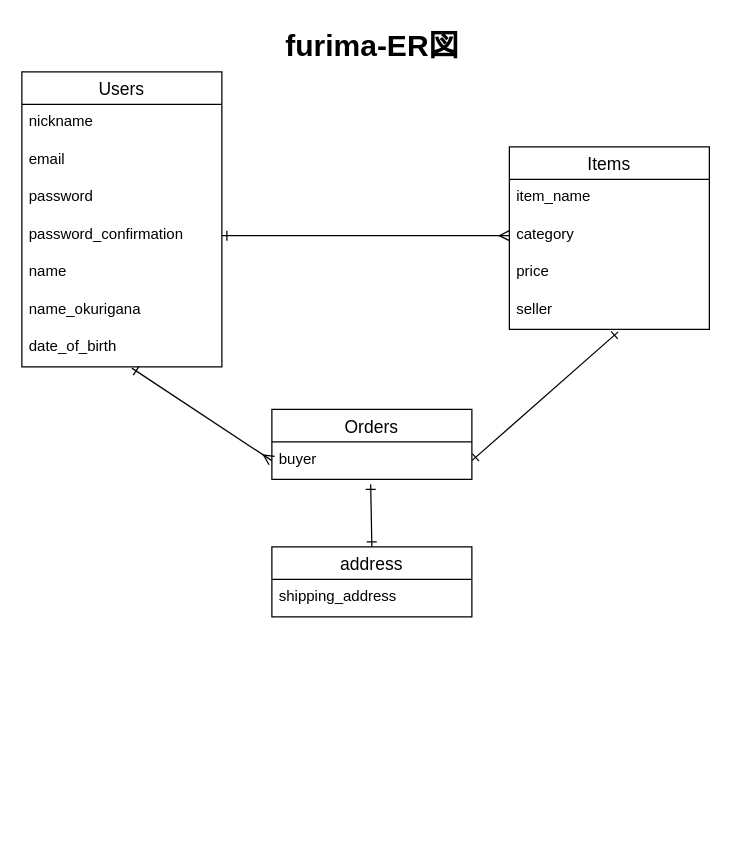
The draw.io diagram furima.dio in okahiro0701/furima-40232, before the edit. Source tidied: cells renumbered, new cells numbered last; positions are measured from the earlier drawing's top-left corner, leaving out a move shared by most shapes. Both pictures are drawn from the tidied source at 125%, with x=0, y=0 at pixel (21, 21).
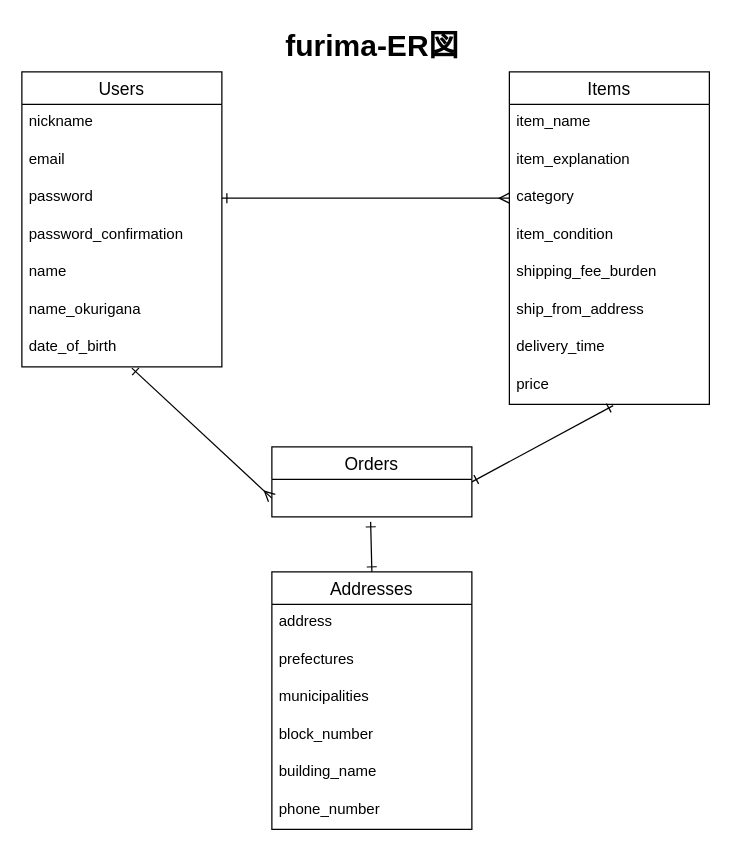
The same diagram, later.

The change refers to these unchanged cells:
```xml
<mxCell id="6" value="password&#10;" style="text;strokeColor=none;fillColor=none;spacingLeft=4;spacingRight=4;overflow=hidden;points=[[0,0.5],[1,0.5]];portConstraint=eastwest;fontSize=12;" parent="3" vertex="1">
  <mxGeometry y="86" width="160" height="30" as="geometry" />
</mxCell>
<mxCell id="7" value="password_confirmation" style="text;strokeColor=none;fillColor=none;spacingLeft=4;spacingRight=4;overflow=hidden;points=[[0,0.5],[1,0.5]];portConstraint=eastwest;fontSize=12;" parent="3" vertex="1">
  <mxGeometry y="116" width="160" height="30" as="geometry" />
</mxCell>
<mxCell id="10" value="date_of_birth" style="text;strokeColor=none;fillColor=none;spacingLeft=4;spacingRight=4;overflow=hidden;points=[[0,0.5],[1,0.5]];portConstraint=eastwest;fontSize=12;" parent="3" vertex="1">
  <mxGeometry y="206" width="160" height="30" as="geometry" />
</mxCell>
```

What changed in the source:
```diff
@@
     <mxCell id="11" value="Items" style="swimlane;fontStyle=0;horizontal=1;startSize=26;align=center;fontSize=14;" parent="1" vertex="1">
-      <mxGeometry x="390" y="100" width="160" height="146" as="geometry" />
+      <mxGeometry x="390" y="40" width="160" height="266" as="geometry" />
     </mxCell>
@@
+    <mxCell id="24" value="item_explanation" style="text;strokeColor=none;fillColor=none;spacingLeft=4;spacingRight=4;overflow=hidden;fontSize=12;" parent="11" vertex="1">
+      <mxGeometry y="56" width="160" height="30" as="geometry" />
+    </mxCell>
     <mxCell id="13" value="category" style="text;strokeColor=none;fillColor=none;spacingLeft=4;spacingRight=4;overflow=hidden;points=[[0,0.5],[1,0.5]];portConstraint=eastwest;fontSize=12;" parent="11" vertex="1">
-      <mxGeometry y="56" width="160" height="30" as="geometry" />
+      <mxGeometry y="86" width="160" height="30" as="geometry" />
     </mxCell>
+    <mxCell id="25" value="item_condition" style="text;strokeColor=none;fillColor=none;spacingLeft=4;spacingRight=4;overflow=hidden;fontSize=12;" parent="11" vertex="1">
+      <mxGeometry y="116" width="160" height="30" as="geometry" />
+    </mxCell>
+    <mxCell id="26" value="shipping_fee_burden" style="text;strokeColor=none;fillColor=none;spacingLeft=4;spacingRight=4;overflow=hidden;fontSize=12;" parent="11" vertex="1">
+      <mxGeometry y="146" width="160" height="30" as="geometry" />
+    </mxCell>
+    <mxCell id="27" value="ship_from_address" style="text;strokeColor=none;fillColor=none;spacingLeft=4;spacingRight=4;overflow=hidden;fontSize=12;" parent="11" vertex="1">
+      <mxGeometry y="176" width="160" height="30" as="geometry" />
+    </mxCell>
+    <mxCell id="28" value="delivery_time" style="text;strokeColor=none;fillColor=none;spacingLeft=4;spacingRight=4;overflow=hidden;fontSize=12;" parent="11" vertex="1">
+      <mxGeometry y="206" width="160" height="30" as="geometry" />
+    </mxCell>
     <mxCell id="14" value="price" style="text;strokeColor=none;fillColor=none;spacingLeft=4;spacingRight=4;overflow=hidden;points=[[0,0.5],[1,0.5]];portConstraint=eastwest;fontSize=12;" parent="11" vertex="1">
-      <mxGeometry y="86" width="160" height="30" as="geometry" />
+      <mxGeometry y="236" width="160" height="30" as="geometry" />
     </mxCell>
-    <mxCell id="15" value="seller" style="text;strokeColor=none;fillColor=none;spacingLeft=4;spacingRight=4;overflow=hidden;points=[[0,0.5],[1,0.5]];portConstraint=eastwest;fontSize=12;" parent="11" vertex="1">
-      <mxGeometry y="116" width="160" height="30" as="geometry" />
-    </mxCell>
-    <mxCell id="16" style="edgeStyle=none;html=1;exitX=1;exitY=0.5;exitDx=0;exitDy=0;entryX=0;entryY=0.5;entryDx=0;entryDy=0;startArrow=ERone;startFill=0;endArrow=ERmany;endFill=0;" parent="1" edge="1" source="7" target="13">
-      <mxGeometry relative="1" as="geometry" />
-    </mxCell>
+    <mxCell id="29" style="edgeStyle=none;html=1;exitX=1;exitY=0.5;exitDx=0;exitDy=0;entryX=0.519;entryY=1.033;entryDx=0;entryDy=0;entryPerimeter=0;startArrow=ERone;startFill=0;endArrow=ERone;endFill=0;" parent="1" edge="1" source="17" target="14">
+      <mxGeometry relative="1" as="geometry" />
+    </mxCell>
     <mxCell id="17" value="Orders" style="swimlane;fontStyle=0;horizontal=1;startSize=26;align=center;fontSize=14;" parent="1" vertex="1">
-      <mxGeometry x="200" y="310" width="160" height="56" as="geometry" />
+      <mxGeometry x="200" y="340" width="160" height="56" as="geometry" />
     </mxCell>
-    <mxCell id="18" value="buyer" style="text;strokeColor=none;fillColor=none;spacingLeft=4;spacingRight=4;overflow=hidden;points=[[0,0.5],[1,0.5]];portConstraint=eastwest;fontSize=12;" parent="17" vertex="1">
-      <mxGeometry y="26" width="160" height="30" as="geometry" />
-    </mxCell>
-    <mxCell id="19" style="edgeStyle=none;html=1;exitX=0;exitY=0.5;exitDx=0;exitDy=0;entryX=0.55;entryY=1.033;entryDx=0;entryDy=0;startArrow=ERmany;startFill=0;endArrow=ERone;endFill=0;entryPerimeter=0;" parent="1" edge="1" source="18" target="10">
-      <mxGeometry relative="1" as="geometry" />
+    <mxCell id="19" style="edgeStyle=none;html=1;exitX=0;exitY=0.5;exitDx=0;exitDy=0;entryX=0.55;entryY=1.033;entryDx=0;entryDy=0;startArrow=ERmany;startFill=0;endArrow=ERone;endFill=0;entryPerimeter=0;" parent="1" edge="1" target="10">
+      <mxGeometry relative="1" as="geometry">
+        <mxPoint x="200" y="381" as="sourcePoint" />
+      </mxGeometry>
     </mxCell>
-    <mxCell id="20" style="edgeStyle=none;html=1;exitX=1;exitY=0.5;exitDx=0;exitDy=0;entryX=0.544;entryY=1.067;entryDx=0;entryDy=0;entryPerimeter=0;startArrow=ERone;startFill=0;endArrow=ERone;endFill=0;" parent="1" edge="1" source="18" target="15">
-      <mxGeometry relative="1" as="geometry" />
-    </mxCell>
-    <mxCell id="21" style="edgeStyle=none;html=1;exitX=0.5;exitY=0;exitDx=0;exitDy=0;entryX=0.494;entryY=1.133;entryDx=0;entryDy=0;entryPerimeter=0;startArrow=ERone;startFill=0;endArrow=ERone;endFill=0;" parent="1" edge="1" source="22" target="18">
-      <mxGeometry relative="1" as="geometry" />
+    <mxCell id="21" style="edgeStyle=none;html=1;exitX=0.5;exitY=0;exitDx=0;exitDy=0;entryX=0.494;entryY=1.133;entryDx=0;entryDy=0;entryPerimeter=0;startArrow=ERone;startFill=0;endArrow=ERone;endFill=0;" parent="1" edge="1" source="22">
+      <mxGeometry relative="1" as="geometry">
+        <mxPoint x="279" y="400" as="targetPoint" />
+      </mxGeometry>
     </mxCell>
-    <mxCell id="22" value="address" style="swimlane;fontStyle=0;horizontal=1;startSize=26;align=center;fontSize=14;" parent="1" vertex="1">
-      <mxGeometry x="200" y="420" width="160" height="56" as="geometry" />
+    <mxCell id="22" value="Addresses" style="swimlane;fontStyle=0;horizontal=1;startSize=26;align=center;fontSize=14;" parent="1" vertex="1">
+      <mxGeometry x="200" y="440" width="160" height="206" as="geometry" />
     </mxCell>
-    <mxCell id="23" value="shipping_address" style="text;strokeColor=none;fillColor=none;spacingLeft=4;spacingRight=4;overflow=hidden;fontSize=12;" parent="22" vertex="1">
+    <mxCell id="23" value="address" style="text;strokeColor=none;fillColor=none;spacingLeft=4;spacingRight=4;overflow=hidden;fontSize=12;" parent="22" vertex="1">
       <mxGeometry y="26" width="160" height="30" as="geometry" />
     </mxCell>
+    <mxCell id="30" value="prefectures" style="text;strokeColor=none;fillColor=none;spacingLeft=4;spacingRight=4;overflow=hidden;fontSize=12;" parent="22" vertex="1">
+      <mxGeometry y="56" width="160" height="30" as="geometry" />
+    </mxCell>
+    <mxCell id="31" value="municipalities" style="text;strokeColor=none;fillColor=none;spacingLeft=4;spacingRight=4;overflow=hidden;fontSize=12;" parent="22" vertex="1">
+      <mxGeometry y="86" width="160" height="30" as="geometry" />
+    </mxCell>
+    <mxCell id="32" value="block_number" style="text;strokeColor=none;fillColor=none;spacingLeft=4;spacingRight=4;overflow=hidden;fontSize=12;" parent="22" vertex="1">
+      <mxGeometry y="116" width="160" height="30" as="geometry" />
+    </mxCell>
+    <mxCell id="33" value="building_name" style="text;strokeColor=none;fillColor=none;spacingLeft=4;spacingRight=4;overflow=hidden;fontSize=12;" parent="22" vertex="1">
+      <mxGeometry y="146" width="160" height="30" as="geometry" />
+    </mxCell>
+    <mxCell id="34" value="phone_number" style="text;strokeColor=none;fillColor=none;spacingLeft=4;spacingRight=4;overflow=hidden;fontSize=12;" parent="22" vertex="1">
+      <mxGeometry y="176" width="160" height="30" as="geometry" />
+    </mxCell>
+    <mxCell id="35" style="edgeStyle=none;html=1;exitX=1;exitY=0.5;exitDx=0;exitDy=0;entryX=0;entryY=0.5;entryDx=0;entryDy=0;startArrow=ERone;startFill=0;endArrow=ERmany;endFill=0;" parent="1" edge="1" source="6" target="13">
+      <mxGeometry relative="1" as="geometry" />
+    </mxCell>
```
